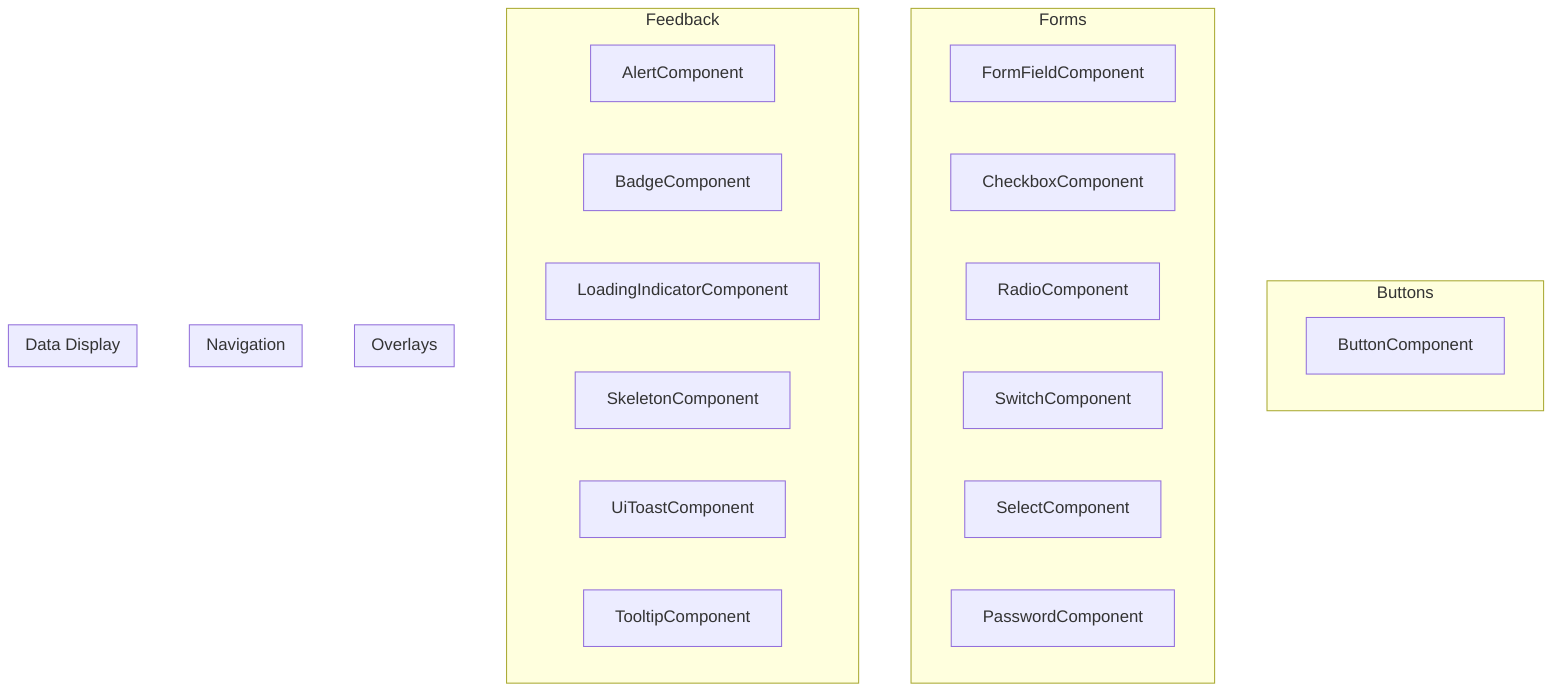
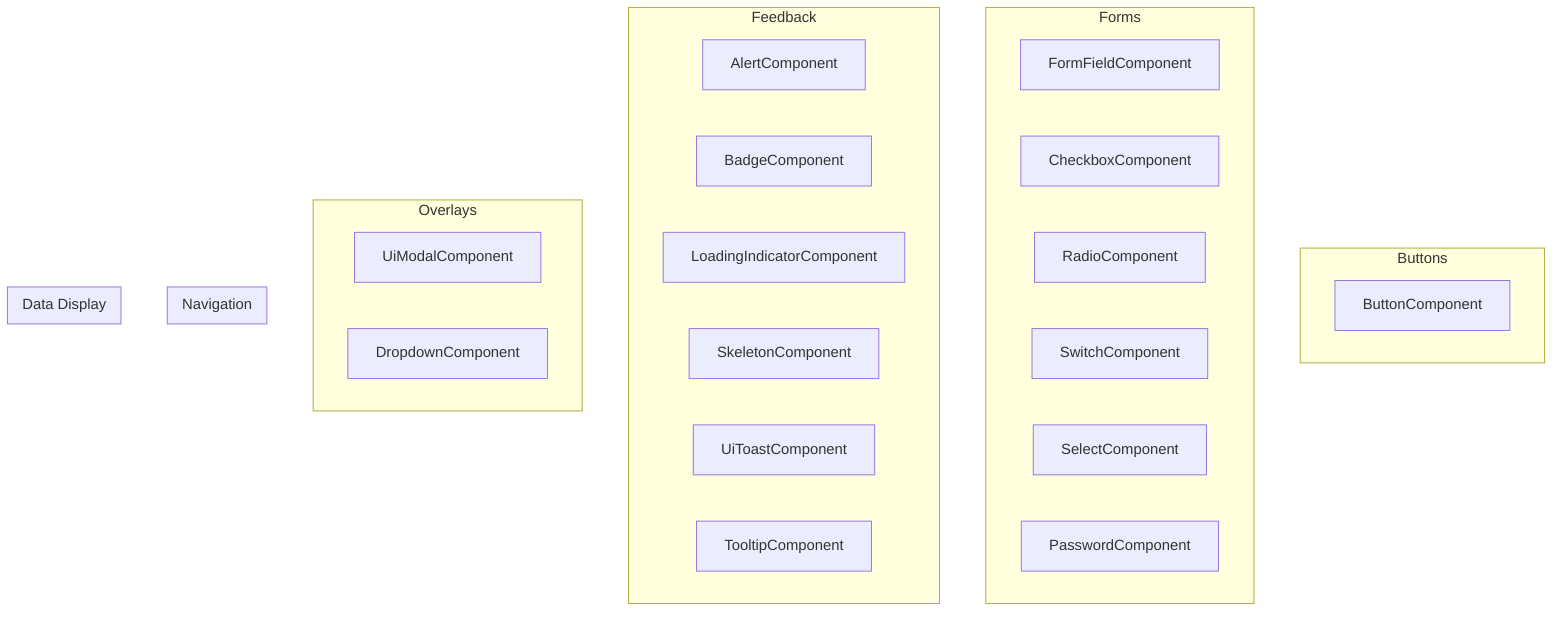
flowchart TB
  subgraph buttons["Buttons"]
    button_component["ButtonComponent"]
  end

  subgraph forms["Forms"]
    form_field_component["FormFieldComponent"]
    checkbox_component["CheckboxComponent"]
    radio_component["RadioComponent"]
    switch_component["SwitchComponent"]
    select_component["SelectComponent"]
    password_component["PasswordComponent"]
  end

  subgraph feedback["Feedback"]
    alert_component["AlertComponent"]
    badge_component["BadgeComponent"]
    loading_indicator_component["LoadingIndicatorComponent"]
    skeleton_component["SkeletonComponent"]
    ui_toast_component["UiToastComponent"]
    tooltip_component["TooltipComponent"]
  end

  subgraph overlays["Overlays"]
-     %% Components go here.
+     ui_modal_component["UiModalComponent"]
+     dropdown_component["DropdownComponent"]
  end

  subgraph navigation["Navigation"]
    %% Components go here.
  end

  subgraph data_display["Data Display"]
    %% Components go here.
  end
